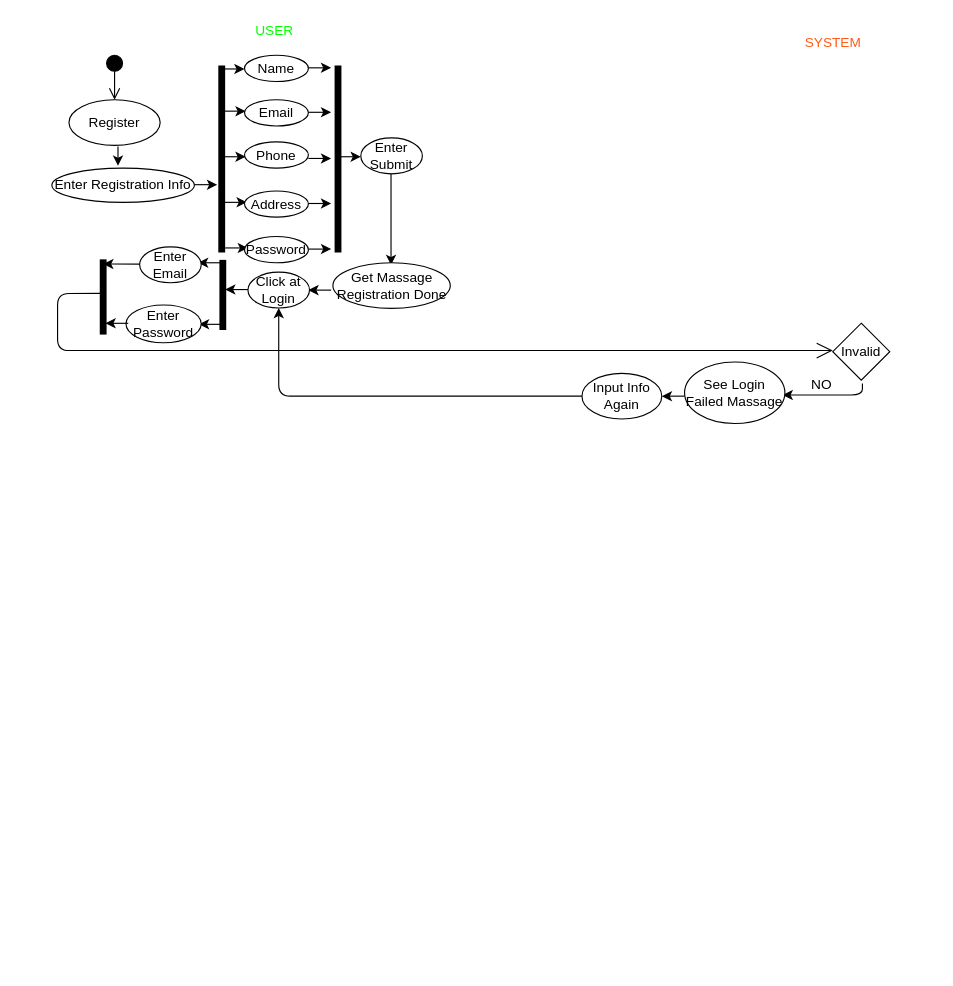
Before: resources/Untitled Diagram.drawio in SHIMAISRAFIL/Transport-Schedule, a draw.io diagram. Source tidied: cells renumbered, new cells numbered last; positions are measured from the earlier drawing's top-left corner, leaving out a move shared by most shapes. Both pictures are drawn from the tidied source at 114%, with x=0, y=0 at pixel (51, 19).
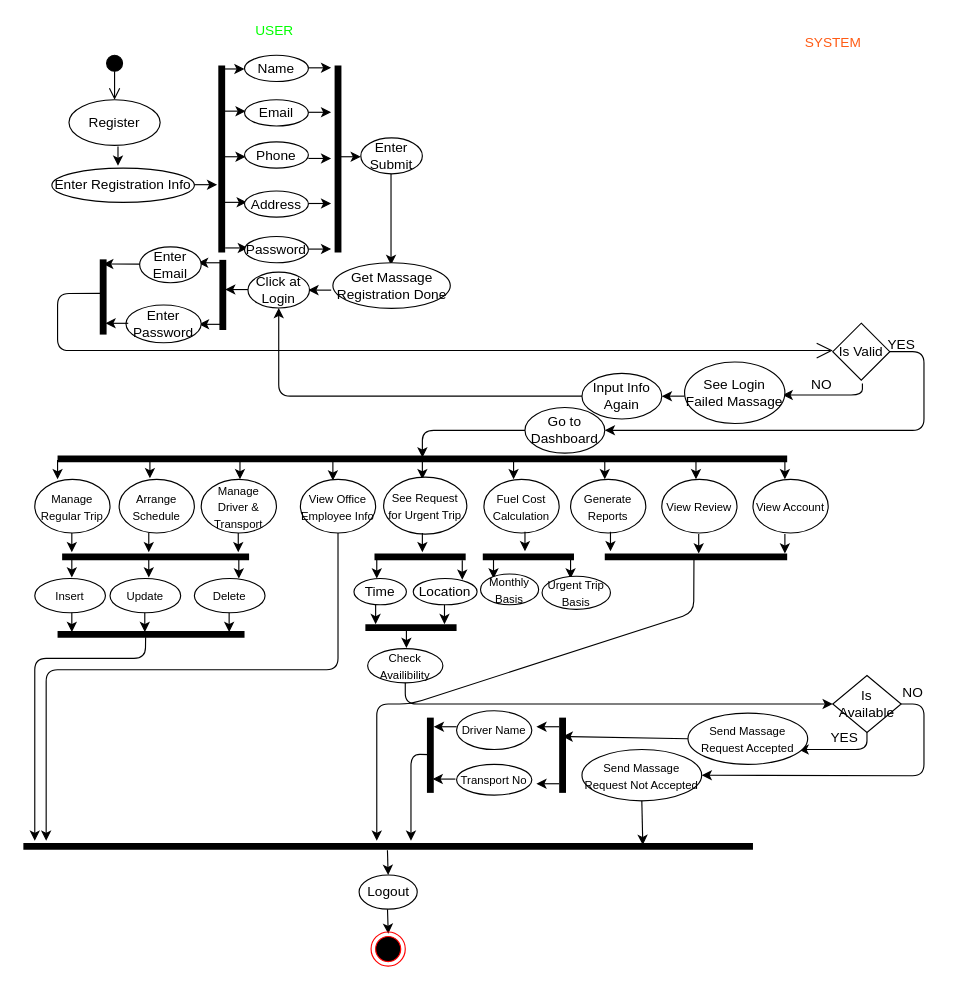
The same diagram, later.

The edit, as a diff of the source:
```diff
@@
-    <mxCell id="42" value="Invalid" style="rhombus;whiteSpace=wrap;html=1;strokeColor=#000000;" parent="1" vertex="1">
+    <mxCell id="42" value="Is Valid" style="rhombus;whiteSpace=wrap;html=1;strokeColor=#000000;" parent="1" vertex="1">
       <mxGeometry x="685" y="266" width="50" height="50" as="geometry" />
     </mxCell>
@@
+    <mxCell id="49" style="endArrow=classic;html=1;exitX=1;exitY=0.5;exitDx=0;exitDy=0;" parent="1" edge="1" source="42">
+      <mxGeometry relative="1" as="geometry">
+        <mxPoint x="485" y="360" as="targetPoint" />
+        <Array as="points">
+          <mxPoint x="765" y="291" />
+          <mxPoint x="765" y="360" />
+        </Array>
+      </mxGeometry>
+    </mxCell>
+    <mxCell id="50" value="YES" style="text;html=1;align=center;verticalAlign=middle;strokeColor=none;" parent="1" vertex="1">
+      <mxGeometry x="725" y="275" width="40" height="20" as="geometry" />
+    </mxCell>
+    <mxCell id="51" style="shape=line;html=1;strokeWidth=6;rotation=0;" parent="1" vertex="1">
+      <mxGeometry x="5" y="380" width="640" height="10" as="geometry" />
+    </mxCell>
+    <mxCell id="52" style="endArrow=classic;html=1;" parent="1" edge="1">
+      <mxGeometry relative="1" as="geometry">
+        <mxPoint x="5" y="386" as="sourcePoint" />
+        <mxPoint x="5" y="403" as="targetPoint" />
+      </mxGeometry>
+    </mxCell>
+    <mxCell id="53" style="endArrow=classic;html=1;" parent="1" edge="1">
+      <mxGeometry relative="1" as="geometry">
+        <mxPoint x="86" y="385" as="sourcePoint" />
+        <mxPoint x="86" y="402" as="targetPoint" />
+      </mxGeometry>
+    </mxCell>
+    <mxCell id="54" style="endArrow=classic;html=1;" parent="1" edge="1">
+      <mxGeometry relative="1" as="geometry">
+        <mxPoint x="165" y="386" as="sourcePoint" />
+        <mxPoint x="165" y="403" as="targetPoint" />
+      </mxGeometry>
+    </mxCell>
+    <mxCell id="55" style="endArrow=classic;html=1;" parent="1" edge="1">
+      <mxGeometry relative="1" as="geometry">
+        <mxPoint x="246.5" y="387" as="sourcePoint" />
+        <mxPoint x="246.5" y="404" as="targetPoint" />
+      </mxGeometry>
+    </mxCell>
+    <mxCell id="56" style="endArrow=classic;html=1;" parent="1" edge="1">
+      <mxGeometry relative="1" as="geometry">
+        <mxPoint x="325" y="386" as="sourcePoint" />
+        <mxPoint x="325" y="403" as="targetPoint" />
+      </mxGeometry>
+    </mxCell>
+    <mxCell id="57" style="endArrow=classic;html=1;" parent="1" edge="1">
+      <mxGeometry relative="1" as="geometry">
+        <mxPoint x="405" y="386" as="sourcePoint" />
+        <mxPoint x="405" y="403" as="targetPoint" />
+      </mxGeometry>
+    </mxCell>
+    <mxCell id="58" style="endArrow=classic;html=1;" parent="1" edge="1">
+      <mxGeometry relative="1" as="geometry">
+        <mxPoint x="485" y="386" as="sourcePoint" />
+        <mxPoint x="485" y="403" as="targetPoint" />
+      </mxGeometry>
+    </mxCell>
+    <mxCell id="59" style="endArrow=classic;html=1;" parent="1" edge="1">
+      <mxGeometry relative="1" as="geometry">
+        <mxPoint x="565" y="386" as="sourcePoint" />
+        <mxPoint x="565" y="403" as="targetPoint" />
+      </mxGeometry>
+    </mxCell>
+    <mxCell id="60" style="endArrow=classic;html=1;" parent="1" edge="1">
+      <mxGeometry relative="1" as="geometry">
+        <mxPoint x="643" y="386" as="sourcePoint" />
+        <mxPoint x="643" y="403" as="targetPoint" />
+      </mxGeometry>
+    </mxCell>
+    <mxCell id="61" value="&lt;font style=&quot;font-size: 10px&quot;&gt;Manage Regular Trip&lt;/font&gt;" style="ellipse;whiteSpace=wrap;html=1;" parent="1" vertex="1">
+      <mxGeometry x="-15" y="403" width="66" height="47" as="geometry" />
+    </mxCell>
+    <mxCell id="62" value="&lt;font style=&quot;font-size: 10px&quot;&gt;Arrange Schedule&lt;/font&gt;" style="ellipse;whiteSpace=wrap;html=1;" parent="1" vertex="1">
+      <mxGeometry x="59" y="403" width="66" height="47" as="geometry" />
+    </mxCell>
+    <mxCell id="63" value="&lt;font style=&quot;font-size: 10px&quot;&gt;Manage Driver &amp;amp; Transport&lt;/font&gt;" style="ellipse;whiteSpace=wrap;html=1;" parent="1" vertex="1">
+      <mxGeometry x="131" y="403" width="66" height="47" as="geometry" />
+    </mxCell>
+    <mxCell id="64" value="&lt;font style=&quot;font-size: 10px&quot;&gt;View Office Employee Info&lt;/font&gt;" style="ellipse;whiteSpace=wrap;html=1;" parent="1" vertex="1">
+      <mxGeometry x="218" y="403" width="66" height="47" as="geometry" />
+    </mxCell>
+    <mxCell id="65" value="&lt;font style=&quot;font-size: 10px&quot;&gt;See Request for Urgent Trip&lt;/font&gt;" style="ellipse;whiteSpace=wrap;html=1;" parent="1" vertex="1">
+      <mxGeometry x="291" y="401" width="73" height="50" as="geometry" />
+    </mxCell>
+    <mxCell id="66" value="&lt;font style=&quot;font-size: 10px&quot;&gt;Fuel Cost Calculation&lt;/font&gt;" style="ellipse;whiteSpace=wrap;html=1;" parent="1" vertex="1">
+      <mxGeometry x="379" y="403" width="66" height="47" as="geometry" />
+    </mxCell>
+    <mxCell id="67" value="&lt;font style=&quot;font-size: 10px&quot;&gt;Generate Reports&lt;/font&gt;" style="ellipse;whiteSpace=wrap;html=1;" parent="1" vertex="1">
+      <mxGeometry x="455" y="403" width="66" height="47" as="geometry" />
+    </mxCell>
+    <mxCell id="68" value="&lt;font style=&quot;font-size: 10px&quot;&gt;View Review&lt;/font&gt;" style="ellipse;whiteSpace=wrap;html=1;" parent="1" vertex="1">
+      <mxGeometry x="535" y="403" width="66" height="47" as="geometry" />
+    </mxCell>
+    <mxCell id="69" value="&lt;font style=&quot;font-size: 10px&quot;&gt;View Account&lt;/font&gt;" style="ellipse;whiteSpace=wrap;html=1;" parent="1" vertex="1">
+      <mxGeometry x="615" y="403" width="66" height="47" as="geometry" />
+    </mxCell>
+    <mxCell id="70" style="endArrow=classic;html=1;" parent="1" edge="1">
+      <mxGeometry relative="1" as="geometry">
+        <mxPoint x="17.5" y="450" as="sourcePoint" />
+        <mxPoint x="17.5" y="467" as="targetPoint" />
+      </mxGeometry>
+    </mxCell>
+    <mxCell id="71" style="endArrow=classic;html=1;" parent="1" edge="1">
+      <mxGeometry relative="1" as="geometry">
+        <mxPoint x="85" y="450" as="sourcePoint" />
+        <mxPoint x="85" y="467" as="targetPoint" />
+      </mxGeometry>
+    </mxCell>
+    <mxCell id="72" style="endArrow=classic;html=1;" parent="1" edge="1">
+      <mxGeometry relative="1" as="geometry">
+        <mxPoint x="163.5" y="450" as="sourcePoint" />
+        <mxPoint x="163.5" y="467" as="targetPoint" />
+      </mxGeometry>
+    </mxCell>
+    <mxCell id="73" style="shape=line;html=1;strokeWidth=6;rotation=0;" parent="1" vertex="1">
+      <mxGeometry x="9" y="466" width="164" height="10" as="geometry" />
+    </mxCell>
+    <mxCell id="74" style="endArrow=classic;html=1;" parent="1" edge="1">
+      <mxGeometry relative="1" as="geometry">
+        <mxPoint x="17.5" y="472" as="sourcePoint" />
+        <mxPoint x="17.5" y="489" as="targetPoint" />
+      </mxGeometry>
+    </mxCell>
+    <mxCell id="75" style="endArrow=classic;html=1;" parent="1" edge="1">
+      <mxGeometry relative="1" as="geometry">
+        <mxPoint x="85" y="472" as="sourcePoint" />
+        <mxPoint x="85" y="489" as="targetPoint" />
+      </mxGeometry>
+    </mxCell>
+    <mxCell id="76" style="endArrow=classic;html=1;" parent="1" edge="1">
+      <mxGeometry relative="1" as="geometry">
+        <mxPoint x="164" y="473" as="sourcePoint" />
+        <mxPoint x="164" y="490" as="targetPoint" />
+      </mxGeometry>
+    </mxCell>
+    <mxCell id="77" value="&lt;font style=&quot;font-size: 10px&quot;&gt;Insert&lt;/font&gt;" style="ellipse;whiteSpace=wrap;html=1;" parent="1" vertex="1">
+      <mxGeometry x="-15" y="490" width="62" height="30" as="geometry" />
+    </mxCell>
+    <mxCell id="78" value="&lt;font style=&quot;font-size: 10px&quot;&gt;Update&lt;/font&gt;" style="ellipse;whiteSpace=wrap;html=1;" parent="1" vertex="1">
+      <mxGeometry x="51" y="490" width="62" height="30" as="geometry" />
+    </mxCell>
+    <mxCell id="79" value="&lt;font style=&quot;font-size: 10px&quot;&gt;Delete&lt;/font&gt;" style="ellipse;whiteSpace=wrap;html=1;" parent="1" vertex="1">
+      <mxGeometry x="125" y="490" width="62" height="30" as="geometry" />
+    </mxCell>
+    <mxCell id="80" style="endArrow=classic;html=1;" parent="1" edge="1">
+      <mxGeometry relative="1" as="geometry">
+        <mxPoint x="17.5" y="520" as="sourcePoint" />
+        <mxPoint x="17.5" y="537" as="targetPoint" />
+      </mxGeometry>
+    </mxCell>
+    <mxCell id="81" style="endArrow=classic;html=1;" parent="1" edge="1">
+      <mxGeometry relative="1" as="geometry">
+        <mxPoint x="81.5" y="520" as="sourcePoint" />
+        <mxPoint x="81.5" y="537" as="targetPoint" />
+      </mxGeometry>
+    </mxCell>
+    <mxCell id="82" style="endArrow=classic;html=1;" parent="1" edge="1">
+      <mxGeometry relative="1" as="geometry">
+        <mxPoint x="155.5" y="520" as="sourcePoint" />
+        <mxPoint x="155.5" y="537" as="targetPoint" />
+      </mxGeometry>
+    </mxCell>
+    <mxCell id="83" style="shape=line;html=1;strokeWidth=6;rotation=0;" parent="1" vertex="1">
+      <mxGeometry x="5" y="534" width="164" height="10" as="geometry" />
+    </mxCell>
+    <mxCell id="84" style="endArrow=classic;html=1;exitX=0.471;exitY=0.74;exitDx=0;exitDy=0;exitPerimeter=0;" parent="1" edge="1" source="83">
+      <mxGeometry relative="1" as="geometry">
+        <mxPoint x="-15" y="720" as="targetPoint" />
+        <Array as="points">
+          <mxPoint x="82" y="560" />
+          <mxPoint x="-15" y="560" />
+        </Array>
+      </mxGeometry>
+    </mxCell>
+    <mxCell id="85" style="endArrow=classic;html=1;exitX=0.5;exitY=1;exitDx=0;exitDy=0;" parent="1" edge="1" source="64">
+      <mxGeometry relative="1" as="geometry">
+        <mxPoint x="-5" y="720" as="targetPoint" />
+        <Array as="points">
+          <mxPoint x="251" y="570" />
+          <mxPoint x="-5" y="570" />
+        </Array>
+      </mxGeometry>
+    </mxCell>
+    <mxCell id="86" style="endArrow=classic;html=1;" parent="1" edge="1">
+      <mxGeometry relative="1" as="geometry">
+        <mxPoint x="325" y="450" as="sourcePoint" />
+        <mxPoint x="325" y="467" as="targetPoint" />
+      </mxGeometry>
+    </mxCell>
+    <mxCell id="87" style="shape=line;html=1;strokeWidth=6;rotation=0;" parent="1" vertex="1">
+      <mxGeometry x="283" y="466" width="80" height="10" as="geometry" />
+    </mxCell>
+    <mxCell id="88" style="endArrow=classic;html=1;" parent="1" edge="1">
+      <mxGeometry relative="1" as="geometry">
+        <mxPoint x="285" y="473" as="sourcePoint" />
+        <mxPoint x="285" y="490" as="targetPoint" />
+      </mxGeometry>
+    </mxCell>
+    <mxCell id="89" style="endArrow=classic;html=1;" parent="1" edge="1">
+      <mxGeometry relative="1" as="geometry">
+        <mxPoint x="360" y="474" as="sourcePoint" />
+        <mxPoint x="360" y="491" as="targetPoint" />
+      </mxGeometry>
+    </mxCell>
+    <mxCell id="90" value="Time" style="ellipse;whiteSpace=wrap;html=1;" parent="1" vertex="1">
+      <mxGeometry x="265" y="490" width="46" height="23" as="geometry" />
+    </mxCell>
+    <mxCell id="91" value="Location" style="ellipse;whiteSpace=wrap;html=1;" parent="1" vertex="1">
+      <mxGeometry x="317" y="490" width="56" height="23" as="geometry" />
+    </mxCell>
+    <mxCell id="92" style="endArrow=classic;html=1;" parent="1" edge="1">
+      <mxGeometry relative="1" as="geometry">
+        <mxPoint x="284" y="513" as="sourcePoint" />
+        <mxPoint x="284" y="530" as="targetPoint" />
+      </mxGeometry>
+    </mxCell>
+    <mxCell id="93" style="endArrow=classic;html=1;" parent="1" edge="1">
+      <mxGeometry relative="1" as="geometry">
+        <mxPoint x="344.4" y="513" as="sourcePoint" />
+        <mxPoint x="344.4" y="530" as="targetPoint" />
+      </mxGeometry>
+    </mxCell>
+    <mxCell id="94" style="shape=line;html=1;strokeWidth=6;rotation=0;" parent="1" vertex="1">
+      <mxGeometry x="275" y="528" width="80" height="10" as="geometry" />
+    </mxCell>
+    <mxCell id="95" style="endArrow=classic;html=1;" parent="1" edge="1">
+      <mxGeometry relative="1" as="geometry">
+        <mxPoint x="311" y="534" as="sourcePoint" />
+        <mxPoint x="311" y="551" as="targetPoint" />
+      </mxGeometry>
+    </mxCell>
+    <mxCell id="96" value="&lt;font style=&quot;font-size: 10px&quot;&gt;Check Availibility&lt;/font&gt;" style="ellipse;whiteSpace=wrap;html=1;" parent="1" vertex="1">
+      <mxGeometry x="277" y="551.5" width="66" height="30" as="geometry" />
+    </mxCell>
+    <mxCell id="97" style="endArrow=classic;html=1;exitX=0.5;exitY=1;exitDx=0;exitDy=0;" parent="1" edge="1" source="96">
+      <mxGeometry relative="1" as="geometry">
+        <mxPoint x="685" y="600" as="targetPoint" />
+        <Array as="points">
+          <mxPoint x="310" y="600" />
+        </Array>
+      </mxGeometry>
+    </mxCell>
+    <mxCell id="98" value="Go to Dashboard" style="ellipse;whiteSpace=wrap;html=1;" parent="1" vertex="1">
+      <mxGeometry x="415" y="340" width="70" height="40" as="geometry" />
+    </mxCell>
+    <mxCell id="99" style="endArrow=classic;html=1;exitX=0;exitY=0.5;exitDx=0;exitDy=0;entryX=0.5;entryY=0.394;entryDx=0;entryDy=0;entryPerimeter=0;" parent="1" edge="1" source="98" target="51">
+      <mxGeometry relative="1" as="geometry">
+        <Array as="points">
+          <mxPoint x="325" y="360" />
+        </Array>
+      </mxGeometry>
+    </mxCell>
+    <mxCell id="100" value="Is Available" style="rhombus;whiteSpace=wrap;html=1;strokeColor=#000000;" parent="1" vertex="1">
+      <mxGeometry x="685" y="575" width="60" height="50" as="geometry" />
+    </mxCell>
+    <mxCell id="101" style="endArrow=classic;html=1;exitX=0.5;exitY=1;exitDx=0;exitDy=0;" parent="1" edge="1" source="100">
+      <mxGeometry relative="1" as="geometry">
+        <mxPoint x="655" y="640" as="targetPoint" />
+        <Array as="points">
+          <mxPoint x="715" y="640" />
+        </Array>
+      </mxGeometry>
+    </mxCell>
+    <mxCell id="102" value="&lt;font style=&quot;font-size: 10px&quot;&gt;Send Massage Request Accepted&lt;/font&gt;" style="ellipse;whiteSpace=wrap;html=1;" parent="1" vertex="1">
+      <mxGeometry x="558" y="608" width="105" height="45" as="geometry" />
+    </mxCell>
+    <mxCell id="103" style="endArrow=classic;html=1;exitX=1;exitY=0.5;exitDx=0;exitDy=0;entryX=1;entryY=0.5;entryDx=0;entryDy=0;" parent="1" edge="1" source="100" target="104">
+      <mxGeometry relative="1" as="geometry">
+        <Array as="points">
+          <mxPoint x="765" y="600" />
+          <mxPoint x="765" y="663" />
+        </Array>
+      </mxGeometry>
+    </mxCell>
+    <mxCell id="104" value="&lt;font style=&quot;font-size: 10px&quot;&gt;Send Massage Request Not Accepted&lt;/font&gt;" style="ellipse;whiteSpace=wrap;html=1;" parent="1" vertex="1">
+      <mxGeometry x="465" y="640" width="105" height="45" as="geometry" />
+    </mxCell>
+    <mxCell id="105" value="YES" style="text;html=1;align=center;verticalAlign=middle;strokeColor=none;" parent="1" vertex="1">
+      <mxGeometry x="675" y="620" width="40" height="20" as="geometry" />
+    </mxCell>
+    <mxCell id="106" value="NO" style="text;html=1;align=center;verticalAlign=middle;strokeColor=none;" parent="1" vertex="1">
+      <mxGeometry x="740" y="580" width="30" height="20" as="geometry" />
+    </mxCell>
+    <mxCell id="107" style="endArrow=classic;html=1;exitX=0;exitY=0.5;exitDx=0;exitDy=0;entryX=0.75;entryY=0.5;entryDx=0;entryDy=0;entryPerimeter=0;" parent="1" edge="1" source="102" target="108">
+      <mxGeometry relative="1" as="geometry" />
+    </mxCell>
+    <mxCell id="108" style="shape=line;html=1;strokeWidth=6;rotation=-90;" parent="1" vertex="1">
+      <mxGeometry x="415" y="640" width="66" height="10" as="geometry" />
+    </mxCell>
+    <mxCell id="109" style="endArrow=classic;html=1;" parent="1" edge="1">
+      <mxGeometry relative="1" as="geometry">
+        <mxPoint x="445" y="620" as="sourcePoint" />
+        <mxPoint x="425" y="620" as="targetPoint" />
+      </mxGeometry>
+    </mxCell>
+    <mxCell id="110" style="endArrow=classic;html=1;" parent="1" edge="1">
+      <mxGeometry relative="1" as="geometry">
+        <mxPoint x="445" y="670" as="sourcePoint" />
+        <mxPoint x="425" y="670" as="targetPoint" />
+      </mxGeometry>
+    </mxCell>
+    <mxCell id="111" value="&lt;font style=&quot;font-size: 10px&quot;&gt;Driver Name&lt;/font&gt;" style="ellipse;whiteSpace=wrap;html=1;" parent="1" vertex="1">
+      <mxGeometry x="355" y="606" width="66" height="34" as="geometry" />
+    </mxCell>
+    <mxCell id="112" value="&lt;font style=&quot;font-size: 10px&quot;&gt;Transport No&lt;/font&gt;" style="ellipse;whiteSpace=wrap;html=1;" parent="1" vertex="1">
+      <mxGeometry x="355" y="653" width="66" height="27" as="geometry" />
+    </mxCell>
+    <mxCell id="113" style="endArrow=classic;html=1;" parent="1" edge="1">
+      <mxGeometry relative="1" as="geometry">
+        <mxPoint x="354" y="665.9" as="sourcePoint" />
+        <mxPoint x="334" y="665.9" as="targetPoint" />
+      </mxGeometry>
+    </mxCell>
+    <mxCell id="114" style="endArrow=classic;html=1;" parent="1" edge="1">
+      <mxGeometry relative="1" as="geometry">
+        <mxPoint x="355" y="620" as="sourcePoint" />
+        <mxPoint x="335" y="620" as="targetPoint" />
+      </mxGeometry>
+    </mxCell>
+    <mxCell id="115" style="shape=line;html=1;strokeWidth=6;rotation=-90;" parent="1" vertex="1">
+      <mxGeometry x="299" y="640" width="66" height="10" as="geometry" />
+    </mxCell>
+    <mxCell id="116" style="endArrow=classic;html=1;" parent="1" edge="1">
+      <mxGeometry relative="1" as="geometry">
+        <mxPoint x="331" y="644.4" as="sourcePoint" />
+        <mxPoint x="315" y="720" as="targetPoint" />
+        <Array as="points">
+          <mxPoint x="315" y="644" />
+        </Array>
+      </mxGeometry>
+    </mxCell>
+    <mxCell id="117" style="endArrow=classic;html=1;exitX=0.5;exitY=1;exitDx=0;exitDy=0;entryX=0.849;entryY=0.371;entryDx=0;entryDy=0;entryPerimeter=0;" parent="1" edge="1" source="104" target="129">
+      <mxGeometry relative="1" as="geometry" />
+    </mxCell>
+    <mxCell id="118" style="endArrow=classic;html=1;" parent="1" edge="1">
+      <mxGeometry relative="1" as="geometry">
+        <mxPoint x="415" y="449" as="sourcePoint" />
+        <mxPoint x="415" y="466" as="targetPoint" />
+      </mxGeometry>
+    </mxCell>
+    <mxCell id="119" style="shape=line;html=1;strokeWidth=6;rotation=0;" parent="1" vertex="1">
+      <mxGeometry x="378" y="466" width="80" height="10" as="geometry" />
+    </mxCell>
+    <mxCell id="120" style="endArrow=classic;html=1;" parent="1" edge="1">
+      <mxGeometry relative="1" as="geometry">
+        <mxPoint x="455" y="473" as="sourcePoint" />
+        <mxPoint x="455" y="490" as="targetPoint" />
+      </mxGeometry>
+    </mxCell>
+    <mxCell id="121" style="endArrow=classic;html=1;" parent="1" edge="1">
+      <mxGeometry relative="1" as="geometry">
+        <mxPoint x="387.4" y="473" as="sourcePoint" />
+        <mxPoint x="387.4" y="490" as="targetPoint" />
+      </mxGeometry>
+    </mxCell>
+    <mxCell id="122" value="&lt;font style=&quot;font-size: 10px&quot;&gt;Monthly Basis&lt;/font&gt;" style="ellipse;whiteSpace=wrap;html=1;" parent="1" vertex="1">
+      <mxGeometry x="376" y="486" width="51" height="27" as="geometry" />
+    </mxCell>
+    <mxCell id="123" value="&lt;font style=&quot;font-size: 10px&quot;&gt;Urgent Trip Basis&lt;/font&gt;" style="ellipse;whiteSpace=wrap;html=1;" parent="1" vertex="1">
+      <mxGeometry x="430" y="488" width="60" height="29" as="geometry" />
+    </mxCell>
+    <mxCell id="124" style="endArrow=classic;html=1;" parent="1" edge="1">
+      <mxGeometry relative="1" as="geometry">
+        <mxPoint x="490" y="449" as="sourcePoint" />
+        <mxPoint x="490" y="466" as="targetPoint" />
+      </mxGeometry>
+    </mxCell>
+    <mxCell id="125" style="endArrow=classic;html=1;" parent="1" edge="1">
+      <mxGeometry relative="1" as="geometry">
+        <mxPoint x="567.4" y="451" as="sourcePoint" />
+        <mxPoint x="567.4" y="468" as="targetPoint" />
+      </mxGeometry>
+    </mxCell>
+    <mxCell id="126" style="endArrow=classic;html=1;" parent="1" edge="1">
+      <mxGeometry relative="1" as="geometry">
+        <mxPoint x="643" y="451" as="sourcePoint" />
+        <mxPoint x="643" y="468" as="targetPoint" />
+      </mxGeometry>
+    </mxCell>
+    <mxCell id="127" style="shape=line;html=1;strokeWidth=6;rotation=0;" parent="1" vertex="1">
+      <mxGeometry x="485" y="466" width="160" height="10" as="geometry" />
+    </mxCell>
+    <mxCell id="128" style="endArrow=classic;html=1;exitX=0.489;exitY=0.641;exitDx=0;exitDy=0;exitPerimeter=0;" parent="1" edge="1" source="127">
+      <mxGeometry relative="1" as="geometry">
+        <mxPoint x="285" y="720" as="targetPoint" />
+        <Array as="points">
+          <mxPoint x="563" y="520" />
+          <mxPoint x="315" y="600" />
+          <mxPoint x="285" y="600" />
+        </Array>
+      </mxGeometry>
+    </mxCell>
+    <mxCell id="129" style="shape=line;html=1;strokeWidth=6;rotation=0;" parent="1" vertex="1">
+      <mxGeometry x="-25" y="720" width="640" height="10" as="geometry" />
+    </mxCell>
+    <mxCell id="130" style="endArrow=classic;html=1;exitX=0.499;exitY=0.841;exitDx=0;exitDy=0;exitPerimeter=0;" parent="1" edge="1" source="129" target="131">
+      <mxGeometry relative="1" as="geometry" />
+    </mxCell>
+    <mxCell id="131" value="Logout" style="ellipse;whiteSpace=wrap;html=1;strokeColor=#000000;" parent="1" vertex="1">
+      <mxGeometry x="269.5" y="750" width="51" height="30" as="geometry" />
+    </mxCell>
+    <mxCell id="132" style="endArrow=classic;html=1;exitX=0.499;exitY=0.841;exitDx=0;exitDy=0;exitPerimeter=0;" parent="1" edge="1">
+      <mxGeometry relative="1" as="geometry">
+        <mxPoint x="294.4" y="780" as="sourcePoint" />
+        <mxPoint x="295.1" y="801.6" as="targetPoint" />
+      </mxGeometry>
+    </mxCell>
+    <mxCell id="133" style="ellipse;html=1;shape=endState;fillColor=#000000;strokeColor=#ff0000;" parent="1" vertex="1">
+      <mxGeometry x="280" y="800" width="30" height="30" as="geometry" />
+    </mxCell>
```
